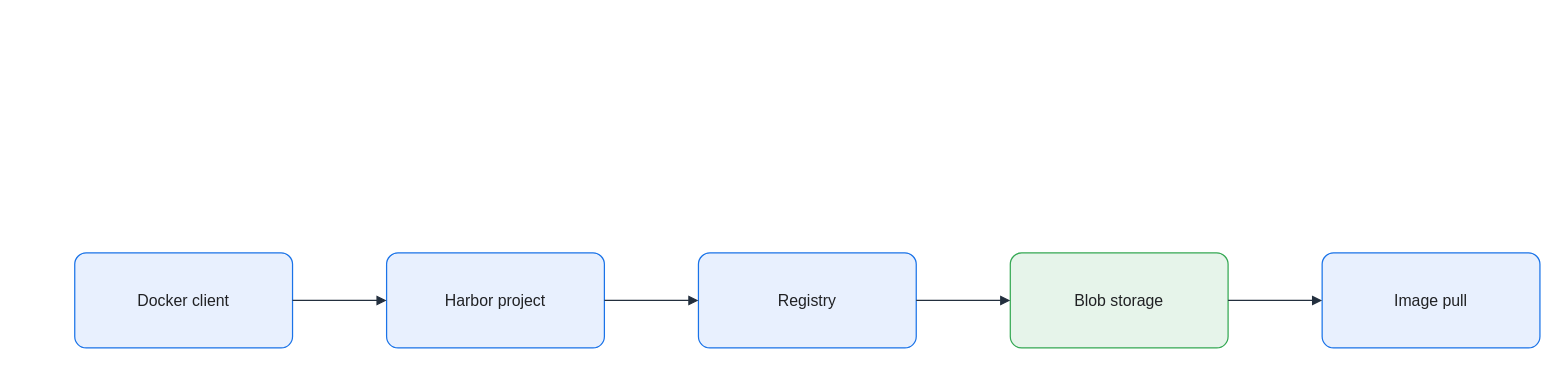
Earlier version of the draw.io diagram assets/img/registry/harbor-image-push-flow.drawio (KKamJi98/kkamji98.github.io). Source tidied: cells renumbered, new cells numbered last; positions are measured from the earlier drawing's top-left corner, leaving out a move shared by most shapes. Both pictures are drawn from the tidied source at 99%, with x=0, y=0 at pixel (74, 252).
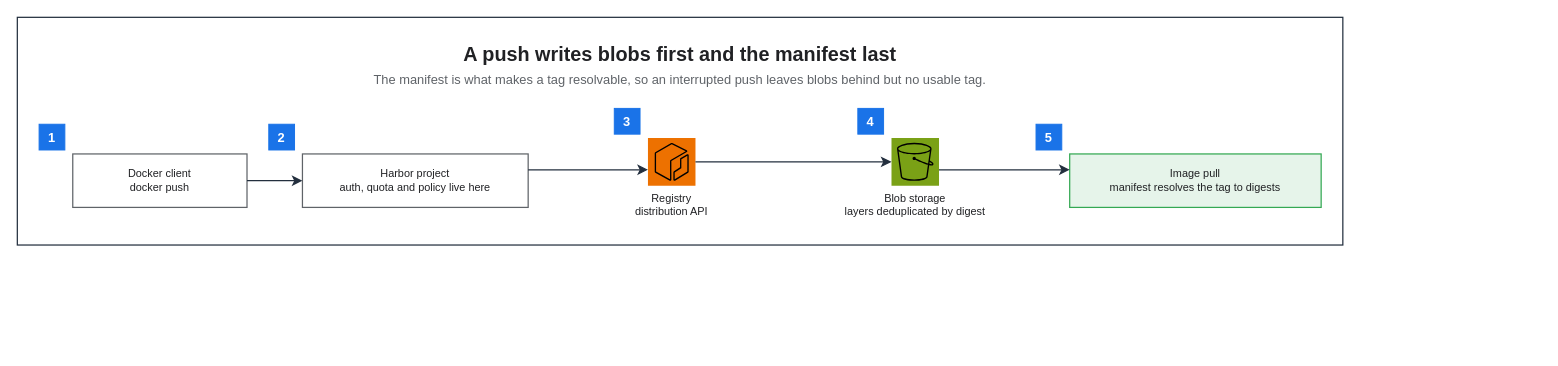
After the change.

Change to the diagram source:
```diff
@@
 <mxGraphModel background="#FFFFFF">
   <root>
     <mxCell id="0" />
     <mxCell id="1" parent="0" />
-    <mxCell id="2" value="Docker client" style="rounded=1;arcSize=12;whiteSpace=wrap;html=0;fillColor=#E8F0FE;strokeColor=#1A73E8;strokeWidth=1.25;fontColor=#202124;fontSize=16;align=center;verticalAlign=middle;spacing=8;shadow=0;" parent="1" vertex="1">
-      <mxGeometry width="220" height="96" as="geometry" />
-    </mxCell>
-    <mxCell id="3" value="Harbor project" style="rounded=1;arcSize=12;whiteSpace=wrap;html=0;fillColor=#E8F0FE;strokeColor=#1A73E8;strokeWidth=1.25;fontColor=#202124;fontSize=16;align=center;verticalAlign=middle;spacing=8;shadow=0;" parent="1" vertex="1">
-      <mxGeometry x="315" width="220" height="96" as="geometry" />
-    </mxCell>
-    <mxCell id="4" value="Registry" style="rounded=1;arcSize=12;whiteSpace=wrap;html=0;fillColor=#E8F0FE;strokeColor=#1A73E8;strokeWidth=1.25;fontColor=#202124;fontSize=16;align=center;verticalAlign=middle;spacing=8;shadow=0;" parent="1" vertex="1">
-      <mxGeometry x="630" width="220" height="96" as="geometry" />
-    </mxCell>
-    <mxCell id="5" value="Blob storage" style="rounded=1;arcSize=12;whiteSpace=wrap;html=0;fillColor=#E6F4EA;strokeColor=#34A853;strokeWidth=1.25;fontColor=#202124;fontSize=16;align=center;verticalAlign=middle;spacing=8;shadow=0;" parent="1" vertex="1">
-      <mxGeometry x="945" width="220" height="96" as="geometry" />
-    </mxCell>
-    <mxCell id="6" value="Image pull" style="rounded=1;arcSize=12;whiteSpace=wrap;html=0;fillColor=#E8F0FE;strokeColor=#1A73E8;strokeWidth=1.25;fontColor=#202124;fontSize=16;align=center;verticalAlign=middle;spacing=8;shadow=0;" parent="1" vertex="1">
-      <mxGeometry x="1260" width="220" height="96" as="geometry" />
-    </mxCell>
-    <mxCell id="7" style="edgeStyle=orthogonalEdgeStyle;rounded=0;jettySize=auto;html=0;endArrow=block;endFill=1;strokeColor=#232F3E;strokeWidth=1.25;fontColor=#202124;labelBackgroundColor=none;exitX=1;exitY=0.5;exitDx=0;exitDy=0;entryX=0;entryY=0.5;entryDx=0;entryDy=0;endSize=7;" parent="1" edge="1" source="2" target="3">
-      <mxGeometry relative="1" as="geometry" />
-    </mxCell>
-    <mxCell id="8" style="edgeStyle=orthogonalEdgeStyle;rounded=0;jettySize=auto;html=0;endArrow=block;endFill=1;strokeColor=#232F3E;strokeWidth=1.25;fontColor=#202124;labelBackgroundColor=none;exitX=1;exitY=0.5;exitDx=0;exitDy=0;entryX=0;entryY=0.5;entryDx=0;entryDy=0;endSize=7;" parent="1" edge="1" source="3" target="4">
-      <mxGeometry relative="1" as="geometry" />
-    </mxCell>
-    <mxCell id="9" style="edgeStyle=orthogonalEdgeStyle;rounded=0;jettySize=auto;html=0;endArrow=block;endFill=1;strokeColor=#232F3E;strokeWidth=1.25;fontColor=#202124;labelBackgroundColor=none;exitX=1;exitY=0.5;exitDx=0;exitDy=0;entryX=0;entryY=0.5;entryDx=0;entryDy=0;endSize=7;" parent="1" edge="1" source="4" target="5">
-      <mxGeometry relative="1" as="geometry" />
-    </mxCell>
-    <mxCell id="10" style="edgeStyle=orthogonalEdgeStyle;rounded=0;jettySize=auto;html=0;endArrow=block;endFill=1;strokeColor=#232F3E;strokeWidth=1.25;fontColor=#202124;labelBackgroundColor=none;exitX=1;exitY=0.5;exitDx=0;exitDy=0;entryX=0;entryY=0.5;entryDx=0;entryDy=0;endSize=7;" parent="1" edge="1" source="5" target="6">
-      <mxGeometry relative="1" as="geometry" />
-    </mxCell>
+    <mxCell id="11" style="rounded=0;html=0;fillColor=none;strokeColor=#232F3E;fontColor=#202124;strokeWidth=1.25;" parent="1" vertex="1">
+      <mxGeometry x="-58" y="-238" width="1338.9" height="230" as="geometry" />
+    </mxCell>
+    <mxCell id="12" value="A push writes blobs first and the manifest last" style="text;html=0;whiteSpace=wrap;fillColor=none;strokeColor=none;fontColor=#202124;fontSize=20;fontStyle=1;align=center;verticalAlign=middle;" parent="1" vertex="1">
+      <mxGeometry x="-36" y="-216" width="1294.9" height="30" as="geometry" />
+    </mxCell>
+    <mxCell id="13" value="The manifest is what makes a tag resolvable, so an interrupted push leaves blobs behind but no usable tag." style="text;html=0;whiteSpace=wrap;fillColor=none;strokeColor=none;fontColor=#5F6368;fontSize=13;fontStyle=0;align=center;verticalAlign=middle;" parent="1" vertex="1">
+      <mxGeometry x="-36" y="-186" width="1294.9" height="22" as="geometry" />
+    </mxCell>
+    <mxCell id="14" value="Docker client&#10;docker push" style="rounded=0;whiteSpace=wrap;html=0;fillColor=#FFFFFF;strokeColor=#5F6368;fontColor=#202124;fontSize=11;fontStyle=0;align=center;verticalAlign=middle;spacingLeft=6;spacingRight=6;strokeWidth=1.25;" parent="1" vertex="1">
+      <mxGeometry x="-2" y="-100" width="176" height="54" as="geometry" />
+    </mxCell>
+    <mxCell id="15" value="Harbor project&#10;auth, quota and policy live here" style="rounded=0;whiteSpace=wrap;html=0;fillColor=#FFFFFF;strokeColor=#5F6368;fontColor=#202124;fontSize=11;fontStyle=0;align=center;verticalAlign=middle;spacingLeft=6;spacingRight=6;strokeWidth=1.25;" parent="1" vertex="1">
+      <mxGeometry x="230" y="-100" width="228" height="54" as="geometry" />
+    </mxCell>
+    <mxCell id="16" value="Registry&#10;distribution API" style="sketch=0;outlineConnect=0;gradientColor=none;html=0;whiteSpace=nowrap;fontSize=11;fontStyle=0;fontColor=#202124;verticalLabelPosition=bottom;verticalAlign=top;align=center;labelBackgroundColor=none;fillColor=#ED7100;strokeColor=none;dashed=0;shape=mxgraph.aws4.resourceIcon;resIcon=mxgraph.aws4.ecr;" parent="1" vertex="1">
+      <mxGeometry x="579" y="-116" width="48" height="48" as="geometry" />
+    </mxCell>
+    <mxCell id="17" value="Blob storage&#10;layers deduplicated by digest" style="sketch=0;outlineConnect=0;gradientColor=none;html=0;whiteSpace=nowrap;fontSize=11;fontStyle=0;fontColor=#202124;verticalLabelPosition=bottom;verticalAlign=top;align=center;labelBackgroundColor=none;fillColor=#7AA116;strokeColor=none;dashed=0;shape=mxgraph.aws4.resourceIcon;resIcon=mxgraph.aws4.s3;" parent="1" vertex="1">
+      <mxGeometry x="825" y="-116" width="48" height="48" as="geometry" />
+    </mxCell>
+    <mxCell id="18" value="Image pull&#10;manifest resolves the tag to digests" style="rounded=0;whiteSpace=wrap;html=0;fillColor=#E6F4EA;strokeColor=#34A853;fontColor=#202124;fontSize=11;fontStyle=0;align=center;verticalAlign=middle;spacingLeft=6;spacingRight=6;strokeWidth=1.25;" parent="1" vertex="1">
+      <mxGeometry x="1005" y="-100" width="254" height="54" as="geometry" />
+    </mxCell>
+    <mxCell id="19" value="1" style="rounded=0;whiteSpace=wrap;html=0;fillColor=#1A73E8;strokeColor=#1A73E8;fontColor=#FFFFFF;fontSize=13;fontStyle=1;align=center;verticalAlign=middle;" parent="1" vertex="1">
+      <mxGeometry x="-36" y="-130" width="26" height="26" as="geometry" />
+    </mxCell>
+    <mxCell id="20" value="2" style="rounded=0;whiteSpace=wrap;html=0;fillColor=#1A73E8;strokeColor=#1A73E8;fontColor=#FFFFFF;fontSize=13;fontStyle=1;align=center;verticalAlign=middle;" parent="1" vertex="1">
+      <mxGeometry x="196" y="-130" width="26" height="26" as="geometry" />
+    </mxCell>
+    <mxCell id="21" value="3" style="rounded=0;whiteSpace=wrap;html=0;fillColor=#1A73E8;strokeColor=#1A73E8;fontColor=#FFFFFF;fontSize=13;fontStyle=1;align=center;verticalAlign=middle;" parent="1" vertex="1">
+      <mxGeometry x="545" y="-146" width="26" height="26" as="geometry" />
+    </mxCell>
+    <mxCell id="22" value="4" style="rounded=0;whiteSpace=wrap;html=0;fillColor=#1A73E8;strokeColor=#1A73E8;fontColor=#FFFFFF;fontSize=13;fontStyle=1;align=center;verticalAlign=middle;" parent="1" vertex="1">
+      <mxGeometry x="791" y="-146" width="26" height="26" as="geometry" />
+    </mxCell>
+    <mxCell id="23" value="5" style="rounded=0;whiteSpace=wrap;html=0;fillColor=#1A73E8;strokeColor=#1A73E8;fontColor=#FFFFFF;fontSize=13;fontStyle=1;align=center;verticalAlign=middle;" parent="1" vertex="1">
+      <mxGeometry x="971" y="-130" width="26" height="26" as="geometry" />
+    </mxCell>
+    <mxCell id="24" style="edgeStyle=orthogonalEdgeStyle;rounded=0;html=0;strokeColor=#232F3E;strokeWidth=1.25;endArrow=classic;endFill=1;endSize=7;fontSize=11;fontColor=#202124;labelBackgroundColor=none;jettySize=14;exitX=1;exitY=0.5;entryX=0;entryY=0.5;exitDx=0;exitDy=0;entryDx=0;entryDy=0;" parent="1" edge="1" source="14" target="15">
+      <mxGeometry relative="1" as="geometry" />
+    </mxCell>
+    <mxCell id="25" style="edgeStyle=orthogonalEdgeStyle;rounded=0;html=0;strokeColor=#232F3E;strokeWidth=1.25;endArrow=classic;endFill=1;endSize=7;fontSize=11;fontColor=#202124;labelBackgroundColor=none;jettySize=14;exitX=1;exitY=0.2963;entryX=0;entryY=0.6667;exitDx=0;exitDy=0;entryDx=0;entryDy=0;" parent="1" edge="1" source="15" target="16">
+      <mxGeometry relative="1" as="geometry" />
+    </mxCell>
+    <mxCell id="26" style="edgeStyle=orthogonalEdgeStyle;rounded=0;html=0;strokeColor=#232F3E;strokeWidth=1.25;endArrow=classic;endFill=1;endSize=7;fontSize=11;fontColor=#202124;labelBackgroundColor=none;jettySize=14;exitX=1;exitY=0.5;entryX=0;entryY=0.5;exitDx=0;exitDy=0;entryDx=0;entryDy=0;" parent="1" edge="1" source="16" target="17">
+      <mxGeometry relative="1" as="geometry" />
+    </mxCell>
+    <mxCell id="27" style="edgeStyle=orthogonalEdgeStyle;rounded=0;html=0;strokeColor=#232F3E;strokeWidth=1.25;endArrow=classic;endFill=1;endSize=7;fontSize=11;fontColor=#202124;labelBackgroundColor=none;jettySize=14;exitX=1;exitY=0.6667;entryX=0;entryY=0.2963;exitDx=0;exitDy=0;entryDx=0;entryDy=0;" parent="1" edge="1" source="17" target="18">
+      <mxGeometry relative="1" as="geometry" />
+    </mxCell>
   </root>
 </mxGraphModel>
```
